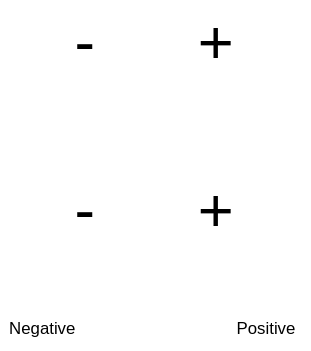
The draw.io diagram site/img/parallel.svg in BearMetalWeb/BearMetalWeb.github.io, before a commit. Source tidied: cells renumbered, new cells last; positions are measured from the earlier drawing's top-left corner, leaving out a move shared by most shapes. The source it was exported from:
```xml
<mxGraphModel>
  <root>
    <mxCell id="0" />
    <mxCell id="1" parent="0" />
    <mxCell id="2" value="&lt;font style=&quot;font-size: 44px;&quot;&gt;-&amp;nbsp; &amp;nbsp; &amp;nbsp; +&lt;/font&gt;" style="rounded=0;whiteSpace=wrap;html=1;strokeColor=#FFFFFF;" parent="1" vertex="1">
      <mxGeometry x="50" width="120" height="60" as="geometry" />
    </mxCell>
    <mxCell id="3" value="&lt;font style=&quot;font-size: 44px;&quot;&gt;-&amp;nbsp; &amp;nbsp; &amp;nbsp; +&lt;/font&gt;" style="rounded=0;whiteSpace=wrap;html=1;strokeColor=#FFFFFF;" parent="1" vertex="1">
      <mxGeometry x="50" y="120" width="120" height="60" as="geometry" />
    </mxCell>
    <mxCell id="4" style="endArrow=none;html=1;rounded=0;entryX=0;entryY=0.5;entryDx=0;entryDy=0;strokeColor=#FFFFFF;" parent="1" edge="1" target="2">
      <mxGeometry relative="1" as="geometry">
        <mxPoint x="30" y="30" as="sourcePoint" />
      </mxGeometry>
    </mxCell>
    <mxCell id="5" style="endArrow=none;html=1;rounded=0;strokeColor=#FFFFFF;" parent="1" edge="1">
      <mxGeometry relative="1" as="geometry">
        <mxPoint x="30" y="220" as="sourcePoint" />
        <mxPoint x="30" y="30" as="targetPoint" />
      </mxGeometry>
    </mxCell>
    <mxCell id="6" style="endArrow=none;html=1;rounded=0;exitX=0;exitY=0.5;exitDx=0;exitDy=0;strokeColor=#FFFFFF;" parent="1" edge="1" source="3">
      <mxGeometry relative="1" as="geometry">
        <mxPoint x="30" y="150" as="targetPoint" />
      </mxGeometry>
    </mxCell>
    <mxCell id="7" style="endArrow=none;html=1;rounded=0;entryX=0;entryY=0.5;entryDx=0;entryDy=0;strokeColor=#FFFFFF;" parent="1" edge="1">
      <mxGeometry relative="1" as="geometry">
        <mxPoint x="170" y="30" as="sourcePoint" />
        <mxPoint x="190" y="30" as="targetPoint" />
      </mxGeometry>
    </mxCell>
    <mxCell id="8" style="endArrow=none;html=1;rounded=0;strokeColor=#FFFFFF;" parent="1" edge="1">
      <mxGeometry relative="1" as="geometry">
        <mxPoint x="190" y="220" as="sourcePoint" />
        <mxPoint x="190" y="30" as="targetPoint" />
      </mxGeometry>
    </mxCell>
    <mxCell id="9" style="endArrow=none;html=1;rounded=0;exitX=0;exitY=0.5;exitDx=0;exitDy=0;strokeColor=#FFFFFF;" parent="1" edge="1">
      <mxGeometry relative="1" as="geometry">
        <mxPoint x="190" y="150" as="sourcePoint" />
        <mxPoint x="170" y="150" as="targetPoint" />
      </mxGeometry>
    </mxCell>
    <mxCell id="10" value="Positive" style="text;html=1;strokeColor=#FFFFFF;fillColor=none;align=center;verticalAlign=middle;whiteSpace=wrap;rounded=0;" parent="1" vertex="1">
      <mxGeometry x="160" y="220" width="60" height="30" as="geometry" />
    </mxCell>
    <mxCell id="11" value="Negative" style="text;html=1;strokeColor=#FFFFFF;fillColor=none;align=center;verticalAlign=middle;whiteSpace=wrap;rounded=0;" parent="1" vertex="1">
      <mxGeometry y="220" width="60" height="30" as="geometry" />
    </mxCell>
  </root>
</mxGraphModel>
```
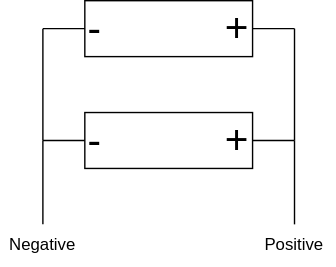
Above is the later version.

What changed in the source:
```diff
@@ -2,51 +2,63 @@
   <root>
     <mxCell id="0" />
     <mxCell id="1" parent="0" />
-    <mxCell id="2" value="&lt;font style=&quot;font-size: 44px;&quot;&gt;-&amp;nbsp; &amp;nbsp; &amp;nbsp; +&lt;/font&gt;" style="rounded=0;whiteSpace=wrap;html=1;strokeColor=#FFFFFF;" parent="1" vertex="1">
-      <mxGeometry x="50" width="120" height="60" as="geometry" />
-    </mxCell>
-    <mxCell id="3" value="&lt;font style=&quot;font-size: 44px;&quot;&gt;-&amp;nbsp; &amp;nbsp; &amp;nbsp; +&lt;/font&gt;" style="rounded=0;whiteSpace=wrap;html=1;strokeColor=#FFFFFF;" parent="1" vertex="1">
-      <mxGeometry x="50" y="120" width="120" height="60" as="geometry" />
-    </mxCell>
-    <mxCell id="4" style="endArrow=none;html=1;rounded=0;entryX=0;entryY=0.5;entryDx=0;entryDy=0;strokeColor=#FFFFFF;" parent="1" edge="1" target="2">
-      <mxGeometry relative="1" as="geometry">
-        <mxPoint x="30" y="30" as="sourcePoint" />
-      </mxGeometry>
-    </mxCell>
-    <mxCell id="5" style="endArrow=none;html=1;rounded=0;strokeColor=#FFFFFF;" parent="1" edge="1">
-      <mxGeometry relative="1" as="geometry">
-        <mxPoint x="30" y="220" as="sourcePoint" />
-        <mxPoint x="30" y="30" as="targetPoint" />
-      </mxGeometry>
-    </mxCell>
-    <mxCell id="6" style="endArrow=none;html=1;rounded=0;exitX=0;exitY=0.5;exitDx=0;exitDy=0;strokeColor=#FFFFFF;" parent="1" edge="1" source="3">
-      <mxGeometry relative="1" as="geometry">
-        <mxPoint x="30" y="150" as="targetPoint" />
-      </mxGeometry>
-    </mxCell>
-    <mxCell id="7" style="endArrow=none;html=1;rounded=0;entryX=0;entryY=0.5;entryDx=0;entryDy=0;strokeColor=#FFFFFF;" parent="1" edge="1">
-      <mxGeometry relative="1" as="geometry">
-        <mxPoint x="170" y="30" as="sourcePoint" />
-        <mxPoint x="190" y="30" as="targetPoint" />
-      </mxGeometry>
-    </mxCell>
-    <mxCell id="8" style="endArrow=none;html=1;rounded=0;strokeColor=#FFFFFF;" parent="1" edge="1">
-      <mxGeometry relative="1" as="geometry">
-        <mxPoint x="190" y="220" as="sourcePoint" />
-        <mxPoint x="190" y="30" as="targetPoint" />
-      </mxGeometry>
-    </mxCell>
-    <mxCell id="9" style="endArrow=none;html=1;rounded=0;exitX=0;exitY=0.5;exitDx=0;exitDy=0;strokeColor=#FFFFFF;" parent="1" edge="1">
-      <mxGeometry relative="1" as="geometry">
-        <mxPoint x="190" y="150" as="sourcePoint" />
-        <mxPoint x="170" y="150" as="targetPoint" />
-      </mxGeometry>
-    </mxCell>
+    <mxCell id="12" value="&lt;font style=&quot;font-size: 29px;&quot;&gt;-&amp;nbsp; &amp;nbsp; &amp;nbsp; &amp;nbsp; &amp;nbsp; &amp;nbsp;+&lt;/font&gt;" style="rounded=0;whiteSpace=wrap;html=1;" parent="1" vertex="1">
+      <mxGeometry x="30" y="150" width="120" height="40" as="geometry" />
+    </mxCell>
+    <mxCell id="13" value="&lt;span style=&quot;font-size: 29px;&quot;&gt;-&amp;nbsp; &amp;nbsp; &amp;nbsp; &amp;nbsp; &amp;nbsp; &amp;nbsp;+&lt;/span&gt;" style="rounded=0;whiteSpace=wrap;html=1;" parent="1" vertex="1">
+      <mxGeometry x="30" y="70" width="120" height="40" as="geometry" />
+    </mxCell>
+    <mxCell id="14" style="endArrow=none;html=1;rounded=0;exitX=0;exitY=0.5;exitDx=0;exitDy=0;" parent="1" edge="1" source="12">
+      <mxGeometry relative="1" as="geometry">
+        <mxPoint y="170" as="targetPoint" />
+      </mxGeometry>
+    </mxCell>
+    <mxCell id="15" style="endArrow=none;html=1;rounded=0;" parent="1" edge="1">
+      <mxGeometry relative="1" as="geometry">
+        <mxPoint y="170" as="sourcePoint" />
+        <mxPoint y="90" as="targetPoint" />
+      </mxGeometry>
+    </mxCell>
+    <mxCell id="16" style="endArrow=none;html=1;rounded=0;exitX=0;exitY=0.5;exitDx=0;exitDy=0;" parent="1" edge="1" source="13">
+      <mxGeometry relative="1" as="geometry">
+        <mxPoint y="90" as="targetPoint" />
+      </mxGeometry>
+    </mxCell>
+    <mxCell id="17" style="endArrow=none;html=1;rounded=0;exitX=0;exitY=0.5;exitDx=0;exitDy=0;" parent="1" edge="1">
+      <mxGeometry relative="1" as="geometry">
+        <mxPoint x="180" y="170" as="sourcePoint" />
+        <mxPoint x="150" y="170" as="targetPoint" />
+      </mxGeometry>
+    </mxCell>
+    <mxCell id="18" style="endArrow=none;html=1;rounded=0;" parent="1" edge="1">
+      <mxGeometry relative="1" as="geometry">
+        <mxPoint x="180" y="170" as="sourcePoint" />
+        <mxPoint x="180" y="90" as="targetPoint" />
+      </mxGeometry>
+    </mxCell>
+    <mxCell id="19" style="endArrow=none;html=1;rounded=0;exitX=0;exitY=0.5;exitDx=0;exitDy=0;" parent="1" edge="1">
+      <mxGeometry relative="1" as="geometry">
+        <mxPoint x="180" y="90" as="sourcePoint" />
+        <mxPoint x="150" y="90" as="targetPoint" />
+      </mxGeometry>
+    </mxCell>
+    <mxCell id="20" style="endArrow=none;html=1;rounded=0;" parent="1" edge="1">
+      <mxGeometry relative="1" as="geometry">
+        <mxPoint y="170" as="sourcePoint" />
+        <mxPoint y="230" as="targetPoint" />
+      </mxGeometry>
+    </mxCell>
+    <mxCell id="21" style="endArrow=none;html=1;rounded=0;" parent="1" edge="1">
+      <mxGeometry relative="1" as="geometry">
+        <mxPoint x="180" y="170" as="sourcePoint" />
+        <mxPoint x="180" y="230" as="targetPoint" />
+      </mxGeometry>
+    </mxCell>
+    <mxCell id="11" value="Negative" style="text;html=1;align=center;verticalAlign=middle;whiteSpace=wrap;rounded=0;" parent="1" vertex="1">
+      <mxGeometry x="-30" y="230" width="60" height="30" as="geometry" />
+    </mxCell>
-    <mxCell id="10" value="Positive" style="text;html=1;strokeColor=#FFFFFF;fillColor=none;align=center;verticalAlign=middle;whiteSpace=wrap;rounded=0;" parent="1" vertex="1">
-      <mxGeometry x="160" y="220" width="60" height="30" as="geometry" />
+    <mxCell id="10" value="Positive" style="text;html=1;align=center;verticalAlign=middle;whiteSpace=wrap;rounded=0;" parent="1" vertex="1">
+      <mxGeometry x="150" y="230" width="60" height="30" as="geometry" />
     </mxCell>
-    <mxCell id="11" value="Negative" style="text;html=1;strokeColor=#FFFFFF;fillColor=none;align=center;verticalAlign=middle;whiteSpace=wrap;rounded=0;" parent="1" vertex="1">
-      <mxGeometry y="220" width="60" height="30" as="geometry" />
-    </mxCell>
   </root>
 </mxGraphModel>
```
